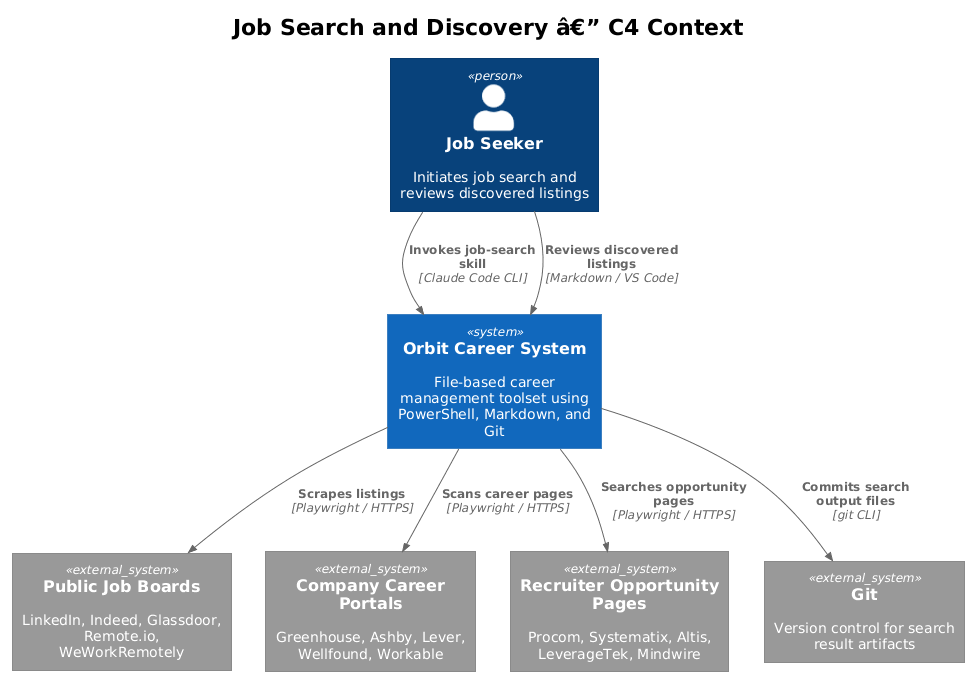
Earlier version of the PlantUML export docs/detailed-designs/05-job-search-and-discovery/diagrams/c4_context.png (QuinntyneBrown/Orbit).
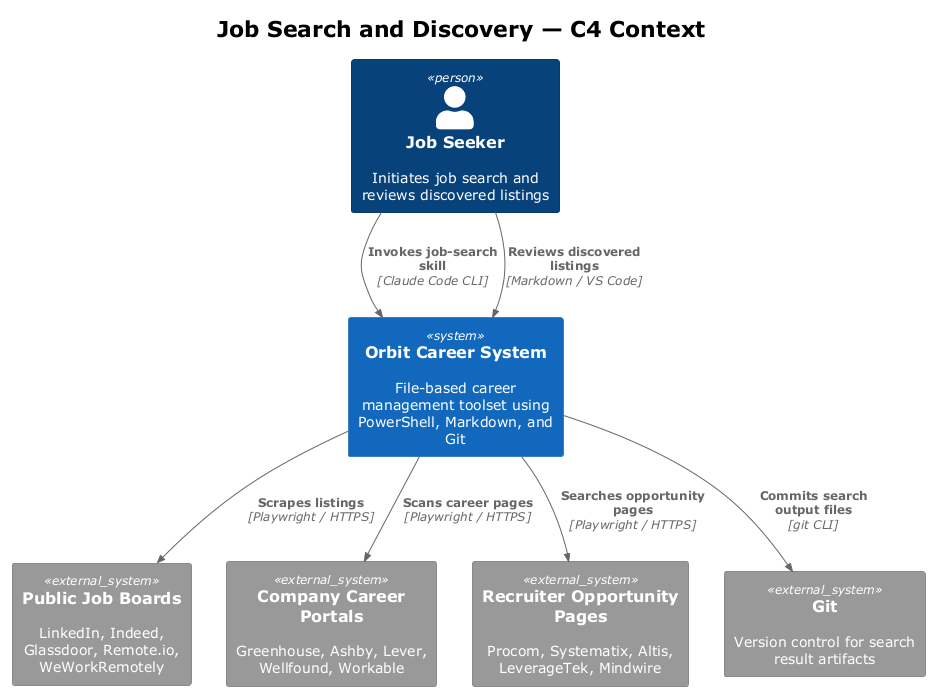
After the change.

What changed in the source:
```diff
@@ -1,8 +1,8 @@
-@startuml
+@startuml c4_context
 !theme plain
 !include <C4/C4_Context>
 
-title Job Search and Discovery â€” C4 Context
+title Job Search and Discovery — C4 Context
 
 Person(user, "Job Seeker", "Initiates job search and reviews discovered listings")
 
@@ -19,4 +19,5 @@
 Rel(orbit, recruiterBoards, "Searches opportunity pages", "Playwright / HTTPS")
 Rel(orbit, git, "Commits search output files", "git CLI")
 Rel(user, orbit, "Reviews discovered listings", "Markdown / VS Code")
+
 @enduml
```
